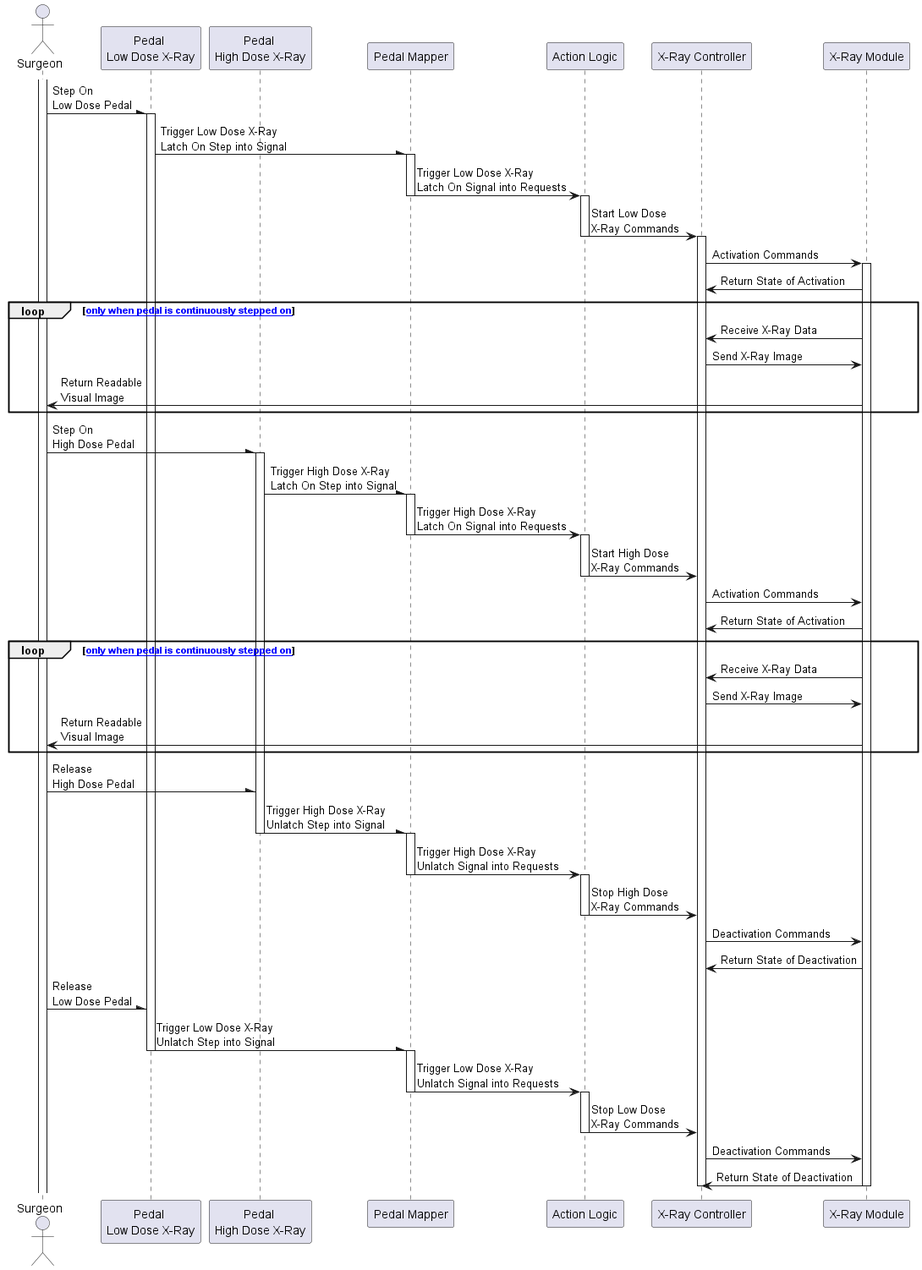
Before: 4-uml/sequence-pedal-2.png, a diagram exported from PlantUML (bartwc/SoftwareSystems).
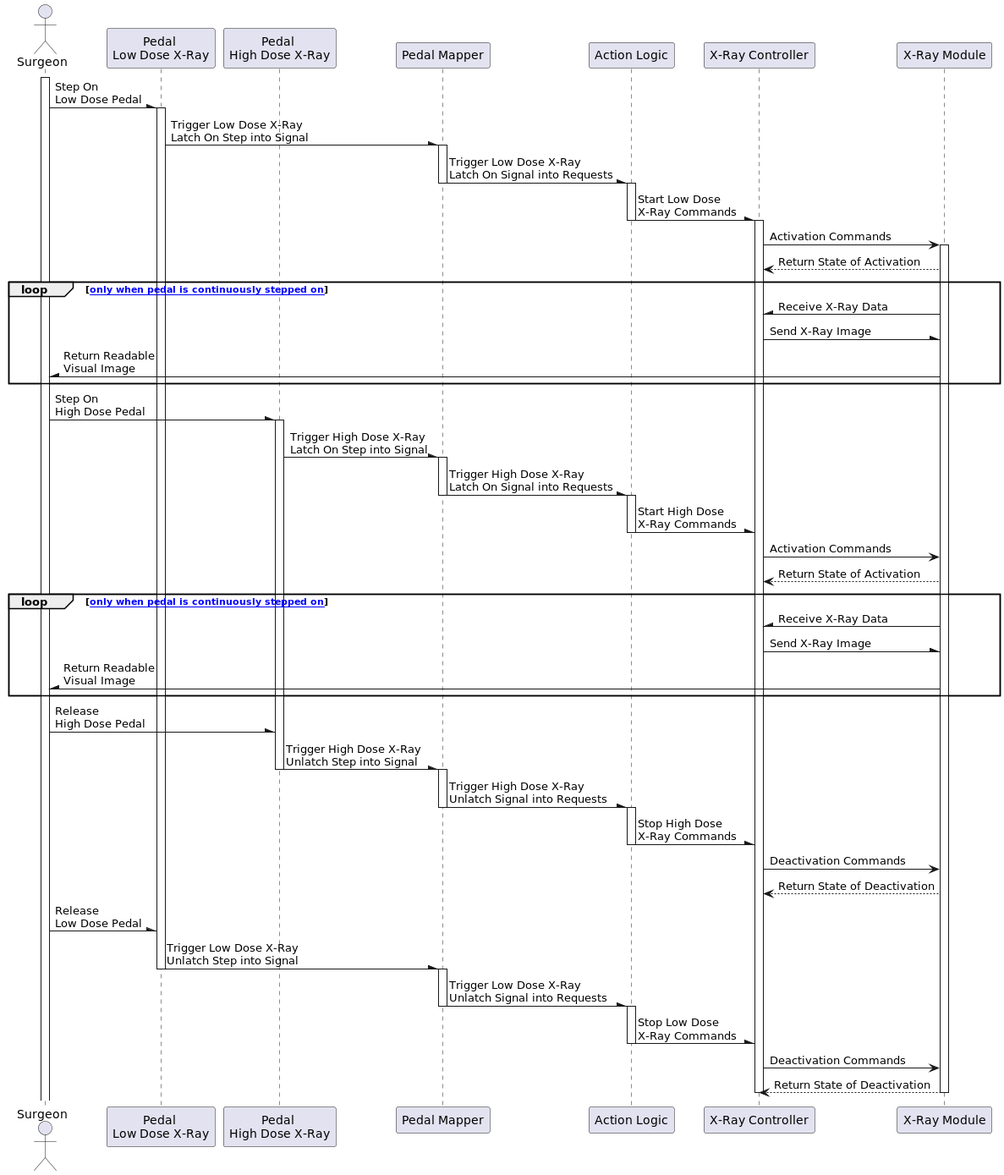
Above is the later version.

Commit message:
revised synchronous and asynchronous messages in sequence diagrams.

The edit, as a diff of the source:
```diff
@@ -15,73 +15,73 @@
 activate participant_pedal_low
 participant_pedal_low -\ participant_pedal_mapper: Trigger Low Dose X-Ray \nLatch On Step into Signal
 activate participant_pedal_mapper
-participant_pedal_mapper -> participant_act_log: Trigger Low Dose X-Ray \nLatch On Signal into Requests
+participant_pedal_mapper -\ participant_act_log: Trigger Low Dose X-Ray \nLatch On Signal into Requests
 deactivate participant_pedal_mapper
 
 activate participant_act_log
-participant_act_log -> participant_xray_control: Start Low Dose \nX-Ray Commands
+participant_act_log -\ participant_xray_control: Start Low Dose \nX-Ray Commands
 deactivate participant_act_log
 activate participant_xray_control
 
 participant_xray_control -> participant_xray_module: Activation Commands
 activate participant_xray_module
-participant_xray_control <- participant_xray_module: Return State of Activation
+participant_xray_control <-- participant_xray_module: Return State of Activation
 
 loop [[loop only when pedal is continuously stepped on]]
-participant_xray_control <- participant_xray_module: Receive X-Ray Data
-participant_xray_control -> participant_xray_module: Send X-Ray Image
-actor_surgeon <- participant_xray_module: Return Readable \nVisual Image
+participant_xray_control /- participant_xray_module: Receive X-Ray Data
+participant_xray_control -\ participant_xray_module: Send X-Ray Image
+actor_surgeon /- participant_xray_module: Return Readable \nVisual Image
 end
 
 actor_surgeon -\ participant_pedal_high: Step On \nHigh Dose Pedal
 activate participant_pedal_high
 participant_pedal_high -\ participant_pedal_mapper: Trigger High Dose X-Ray \nLatch On Step into Signal
 activate participant_pedal_mapper
-participant_pedal_mapper -> participant_act_log: Trigger High Dose X-Ray \nLatch On Signal into Requests
+participant_pedal_mapper -\ participant_act_log: Trigger High Dose X-Ray \nLatch On Signal into Requests
 deactivate participant_pedal_mapper
 
 activate participant_act_log
-participant_act_log -> participant_xray_control: Start High Dose \nX-Ray Commands
+participant_act_log -\ participant_xray_control: Start High Dose \nX-Ray Commands
 deactivate participant_act_log
 
 participant_xray_control -> participant_xray_module: Activation Commands
-participant_xray_control <- participant_xray_module: Return State of Activation
+participant_xray_control <-- participant_xray_module: Return State of Activation
 
 loop [[loop only when pedal is continuously stepped on]]
-participant_xray_control <- participant_xray_module: Receive X-Ray Data
-participant_xray_control -> participant_xray_module: Send X-Ray Image
-actor_surgeon <- participant_xray_module: Return Readable \nVisual Image
+participant_xray_control /- participant_xray_module: Receive X-Ray Data
+participant_xray_control -\ participant_xray_module: Send X-Ray Image
+actor_surgeon /- participant_xray_module: Return Readable \nVisual Image
 end
 
 actor_surgeon -\ participant_pedal_high: Release \nHigh Dose Pedal
 participant_pedal_high -\ participant_pedal_mapper: Trigger High Dose X-Ray \nUnlatch Step into Signal
 deactivate participant_pedal_high
 activate participant_pedal_mapper
-participant_pedal_mapper -> participant_act_log: Trigger High Dose X-Ray \nUnlatch Signal into Requests
+participant_pedal_mapper -\ participant_act_log: Trigger High Dose X-Ray \nUnlatch Signal into Requests
 deactivate participant_pedal_mapper
 
 activate participant_act_log
-participant_act_log -> participant_xray_control: Stop High Dose \nX-Ray Commands
+participant_act_log -\ participant_xray_control: Stop High Dose \nX-Ray Commands
 deactivate participant_act_log
 
 participant_xray_control -> participant_xray_module: Deactivation Commands
 
-participant_xray_control <- participant_xray_module: Return State of Deactivation
+participant_xray_control <-- participant_xray_module: Return State of Deactivation
 
 actor_surgeon -\ participant_pedal_low: Release \nLow Dose Pedal
 participant_pedal_low -\ participant_pedal_mapper: Trigger Low Dose X-Ray \nUnlatch Step into Signal
 deactivate participant_pedal_low
 activate participant_pedal_mapper
-participant_pedal_mapper -> participant_act_log: Trigger Low Dose X-Ray \nUnlatch Signal into Requests
+participant_pedal_mapper -\ participant_act_log: Trigger Low Dose X-Ray \nUnlatch Signal into Requests
 deactivate participant_pedal_mapper
 
 activate participant_act_log
-participant_act_log -> participant_xray_control: Stop Low Dose \nX-Ray Commands
+participant_act_log -\ participant_xray_control: Stop Low Dose \nX-Ray Commands
 deactivate participant_act_log
 
 participant_xray_control -> participant_xray_module: Deactivation Commands
 
-participant_xray_control <- participant_xray_module: Return State of Deactivation
+participant_xray_control <-- participant_xray_module: Return State of Deactivation
 deactivate participant_xray_module
 deactivate participant_xray_control
 
```
